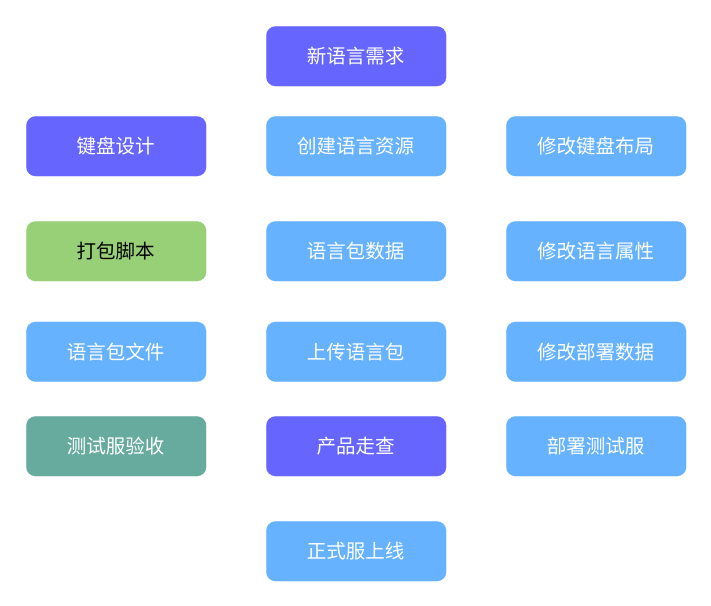
The draw.io diagram layout-editor/布局编辑器旧流程.drawio in chonglv/charts, before the edit. Source tidied: cells renumbered, new cells numbered last; positions are measured from the earlier drawing's top-left corner, leaving out a move shared by most shapes. Both pictures are drawn from the tidied source at 150%, with x=0, y=0 at pixel (26, 26).
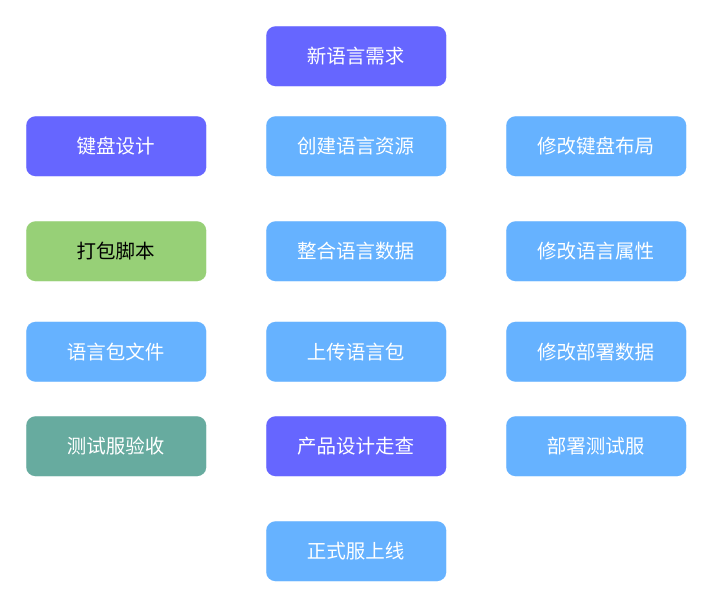
After the change.

Commit message (it also covers changes not shown here):
Update 布局编辑器旧流程.drawio

What changed in the source:
```diff
@@
 <mxGraphModel>
   <root>
     <mxCell id="0" />
     <mxCell id="1" parent="0" />
     <mxCell id="2" value="&lt;span style=&quot;font-size: 13px;&quot;&gt;新语言需求&lt;/span&gt;" style="rounded=1;whiteSpace=wrap;html=1;strokeColor=none;fontSize=13;fontColor=#FFFFFF;fillColor=#6666FF;" parent="1" vertex="1">
       <mxGeometry x="160" width="120" height="40" as="geometry" />
     </mxCell>
     <mxCell id="3" value="键盘设计" style="rounded=1;whiteSpace=wrap;html=1;fillColor=#6666FF;fontColor=#FFFFFF;strokeColor=none;fontSize=13;" parent="1" vertex="1">
       <mxGeometry y="60" width="120" height="40" as="geometry" />
     </mxCell>
     <mxCell id="4" value="修改语言属性" style="rounded=1;whiteSpace=wrap;html=1;strokeColor=none;fontSize=13;fillColor=#66B2FF;fontColor=#FFFFFF;" parent="1" vertex="1">
       <mxGeometry x="320" y="130" width="120" height="40" as="geometry" />
     </mxCell>
     <mxCell id="5" value="打包脚本" style="rounded=1;whiteSpace=wrap;html=1;fillColor=#97D077;strokeColor=none;fontSize=13;" parent="1" vertex="1">
       <mxGeometry y="130" width="120" height="40" as="geometry" />
     </mxCell>
-    <mxCell id="6" value="产品走查" style="rounded=1;whiteSpace=wrap;html=1;strokeColor=none;fontSize=13;fillColor=#6666FF;fontColor=#FFFFFF;" parent="1" vertex="1">
+    <mxCell id="6" value="产品设计走查" style="rounded=1;whiteSpace=wrap;html=1;strokeColor=none;fontSize=13;fillColor=#6666FF;fontColor=#FFFFFF;" parent="1" vertex="1">
       <mxGeometry x="160" y="260" width="120" height="40" as="geometry" />
     </mxCell>
     <mxCell id="7" value="修改键盘布局" style="rounded=1;whiteSpace=wrap;html=1;strokeColor=none;fontColor=#FFFFFF;fontSize=13;fillColor=#66B2FF;" parent="1" vertex="1">
       <mxGeometry x="320" y="60" width="120" height="40" as="geometry" />
     </mxCell>
     <mxCell id="8" value="语言包文件" style="rounded=1;whiteSpace=wrap;html=1;strokeColor=none;fontColor=#FFFFFF;fontSize=13;fillColor=#66B2FF;" parent="1" vertex="1">
       <mxGeometry y="197" width="120" height="40" as="geometry" />
     </mxCell>
     <mxCell id="9" value="上传语言包" style="rounded=1;whiteSpace=wrap;html=1;strokeColor=none;fontSize=13;fillColor=#66B2FF;fontColor=#FFFFFF;" parent="1" vertex="1">
       <mxGeometry x="160" y="197" width="120" height="40" as="geometry" />
     </mxCell>
-    <mxCell id="10" value="语言包数据" style="rounded=1;whiteSpace=wrap;html=1;fontColor=#FFFFFF;strokeColor=none;fontSize=13;fillColor=#66B2FF;" parent="1" vertex="1">
+    <mxCell id="10" value="整合语言数据" style="rounded=1;whiteSpace=wrap;html=1;fontColor=#FFFFFF;strokeColor=none;fontSize=13;fillColor=#66B2FF;" parent="1" vertex="1">
       <mxGeometry x="160" y="130" width="120" height="40" as="geometry" />
     </mxCell>
     <mxCell id="11" value="测试服验收" style="rounded=1;whiteSpace=wrap;html=1;strokeColor=none;fontColor=#FFFFFF;fontSize=13;fillColor=#67AB9F;" parent="1" vertex="1">
       <mxGeometry y="260" width="120" height="40" as="geometry" />
     </mxCell>
     <mxCell id="12" value="正式服上线" style="rounded=1;whiteSpace=wrap;html=1;strokeColor=none;fontColor=#FFFFFF;fontSize=13;fillColor=#66B2FF;" parent="1" vertex="1">
       <mxGeometry x="160" y="330" width="120" height="40" as="geometry" />
     </mxCell>
     <mxCell id="13" value="创建语言资源" style="rounded=1;whiteSpace=wrap;html=1;fontSize=13;strokeColor=none;fillColor=#66B2FF;fontColor=#FFFFFF;" parent="1" vertex="1">
       <mxGeometry x="160" y="60" width="120" height="40" as="geometry" />
     </mxCell>
     <mxCell id="14" value="修改部署数据" style="rounded=1;whiteSpace=wrap;html=1;strokeColor=none;fontSize=13;fillColor=#66B2FF;fontColor=#FFFFFF;" parent="1" vertex="1">
       <mxGeometry x="320" y="197" width="120" height="40" as="geometry" />
     </mxCell>
     <mxCell id="15" value="部署测试服" style="rounded=1;whiteSpace=wrap;html=1;strokeColor=none;fontColor=#FFFFFF;fontSize=13;fillColor=#66B2FF;" parent="1" vertex="1">
       <mxGeometry x="320" y="260" width="120" height="40" as="geometry" />
     </mxCell>
   </root>
 </mxGraphModel>
```
